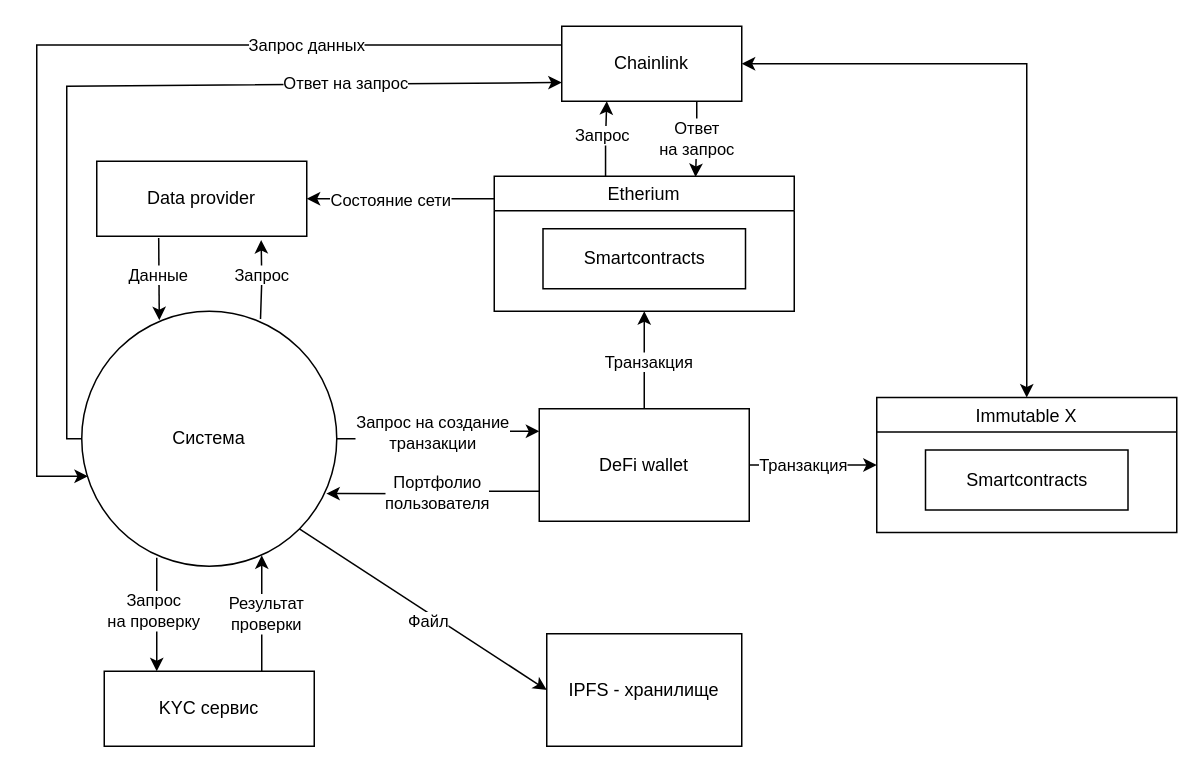
The draw.io diagram CE/Контекстная.drawio in careock/diagrams, before the edit. Source tidied: cells renumbered, new cells numbered last; positions are measured from the earlier drawing's top-left corner, leaving out a move shared by most shapes. Both pictures are drawn from the tidied source at 150%, with x=0, y=0 at pixel (36, 26).
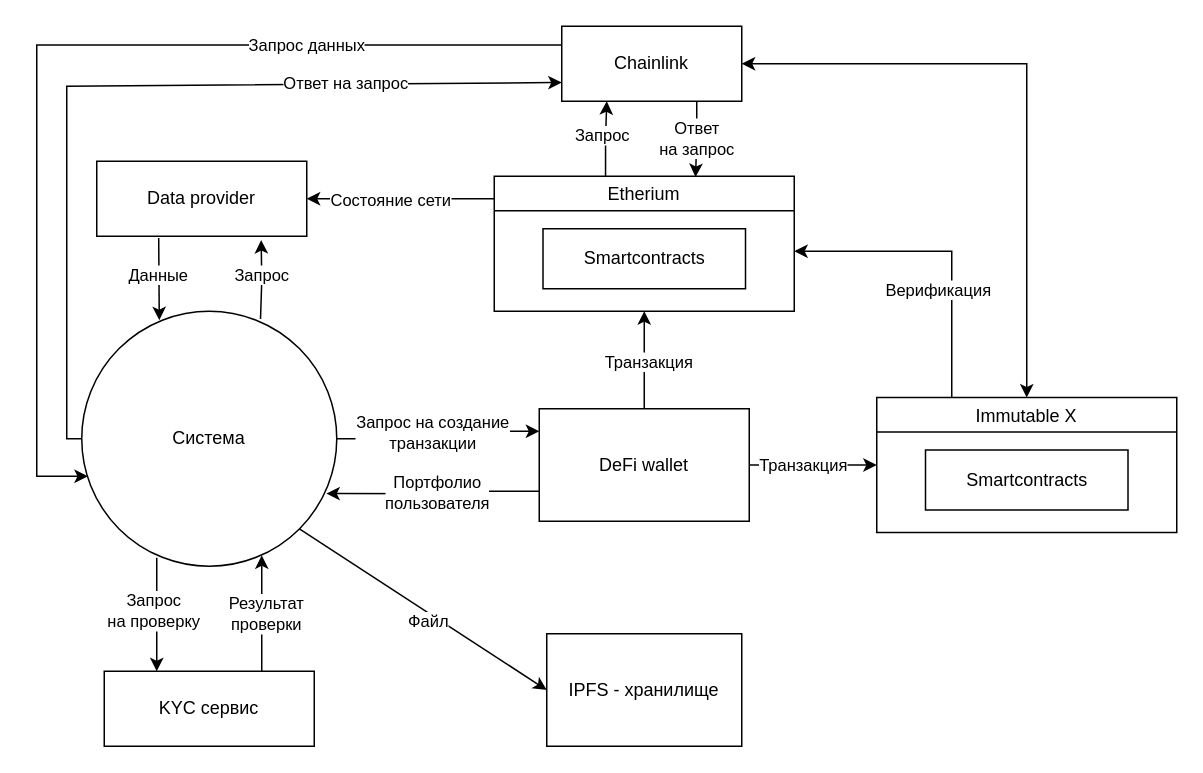
The same page after the edit.

The change refers to these unchanged cells:
```xml
<mxCell id="25" value="Etherium" style="swimlane;startSize=23;fontStyle=0;" parent="1" vertex="1">
  <mxGeometry x="305" y="100" width="200" height="90" as="geometry" />
</mxCell>
<mxCell id="39" value="Immutable X" style="swimlane;startSize=23;fontStyle=0;" parent="1" vertex="1">
  <mxGeometry x="560" y="247.5" width="200" height="90" as="geometry" />
</mxCell>
```

Change to the diagram source:
```diff
@@
+    <mxCell id="41" style="edgeStyle=orthogonalEdgeStyle;rounded=0;jettySize=auto;html=1;startArrow=none;startFill=0;exitX=0.25;exitY=0;exitDx=0;exitDy=0;" parent="1" edge="1" source="39" target="25">
+      <mxGeometry relative="1" as="geometry">
+        <Array as="points">
+          <mxPoint x="610" y="150" />
+        </Array>
+      </mxGeometry>
+    </mxCell>
+    <mxCell id="42" value="Верификация" style="edgeLabel;html=1;align=center;verticalAlign=middle;" parent="41" vertex="1">
+      <mxGeometry x="0.46" y="2" relative="1" as="geometry">
+        <mxPoint x="41" y="23" as="offset" />
+      </mxGeometry>
+    </mxCell>
```
